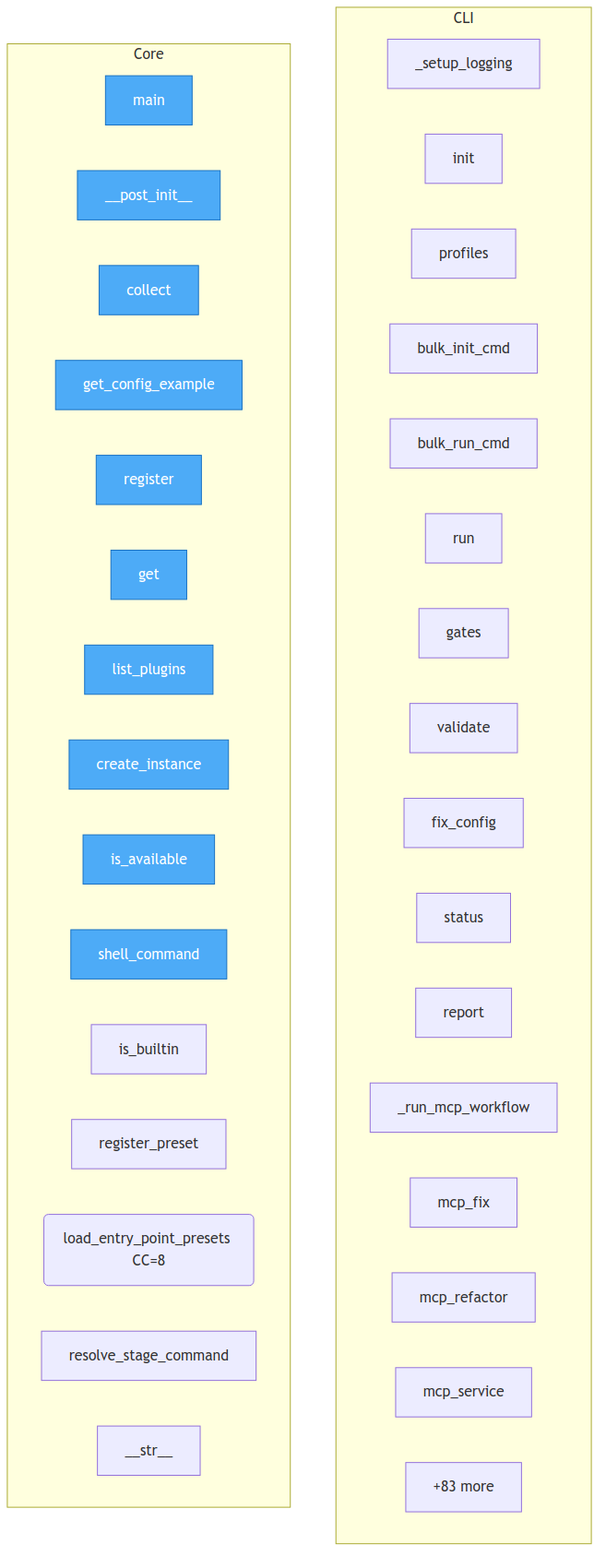
Above: project/flow.png in semcod/pyqual (Mermaid), before the change. Its source is kept beside it as project/flow.mmd.
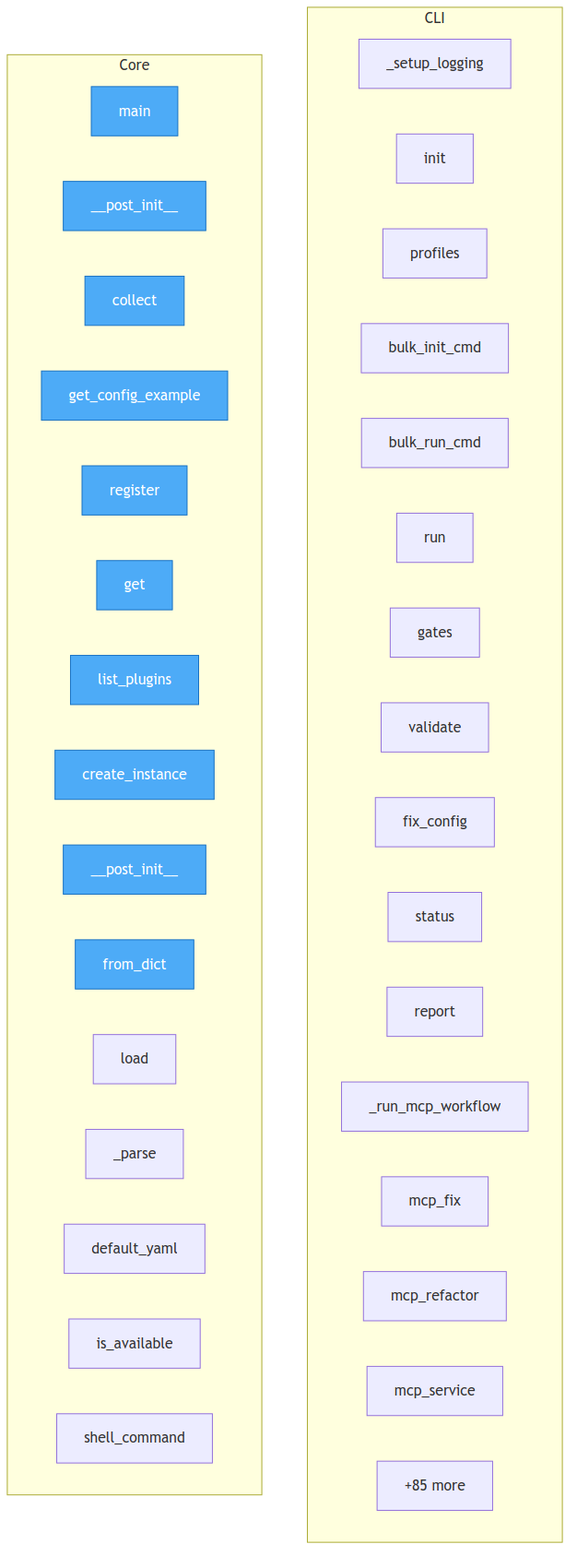
The same diagram one commit later.

The edit, as a diff of the source:
```diff
@@ -30,14 +30,14 @@
         pyqual__plugins__PluginRegistry__get["get"]
         pyqual__plugins__PluginRegistry__list_plugins["list_plugins"]
         pyqual__plugins__PluginRegistry__create_instance["create_instance"]
+        pyqual__config__StageConfig____post_init__["__post_init__"]
+        pyqual__config__GateConfig__from_dict["from_dict"]
+        pyqual__config__PyqualConfig__load["load"]
+        pyqual__config__PyqualConfig___parse["_parse"]
+        pyqual__config__PyqualConfig__default_yaml["default_yaml"]
         pyqual__tools__ToolPreset__is_available["is_available"]
         pyqual__tools__ToolPreset__shell_command["shell_command"]
-        pyqual__tools__is_builtin["is_builtin"]
-        pyqual__tools__register_preset["register_preset"]
-        pyqual__tools__load_entry_point_presets("load_entry_point_presets CC=8")
-        pyqual__tools__resolve_stage_command["resolve_stage_command"]
-        pyqual__gates__GateResult____str__["__str__"]
-        ...["+83 more"]
+        ...["+85 more"]
     end
 
-    class run_analysis__main,pyqual__plugins__PluginMetadata____post_init__,pyqual__plugins__MetricCollector__collect,pyqual__plugins__MetricCollector__get_config_example,pyqual__plugins__PluginRegistry__register,pyqual__plugins__PluginRegistry__get,pyqual__plugins__PluginRegistry__list_plugins,pyqual__plugins__PluginRegistry__create_instance,pyqual__tools__ToolPreset__is_available,pyqual__tools__ToolPreset__shell_command entry
+    class run_analysis__main,pyqual__plugins__PluginMetadata____post_init__,pyqual__plugins__MetricCollector__collect,pyqual__plugins__MetricCollector__get_config_example,pyqual__plugins__PluginRegistry__register,pyqual__plugins__PluginRegistry__get,pyqual__plugins__PluginRegistry__list_plugins,pyqual__plugins__PluginRegistry__create_instance,pyqual__config__StageConfig____post_init__,pyqual__config__GateConfig__from_dict entry
```
